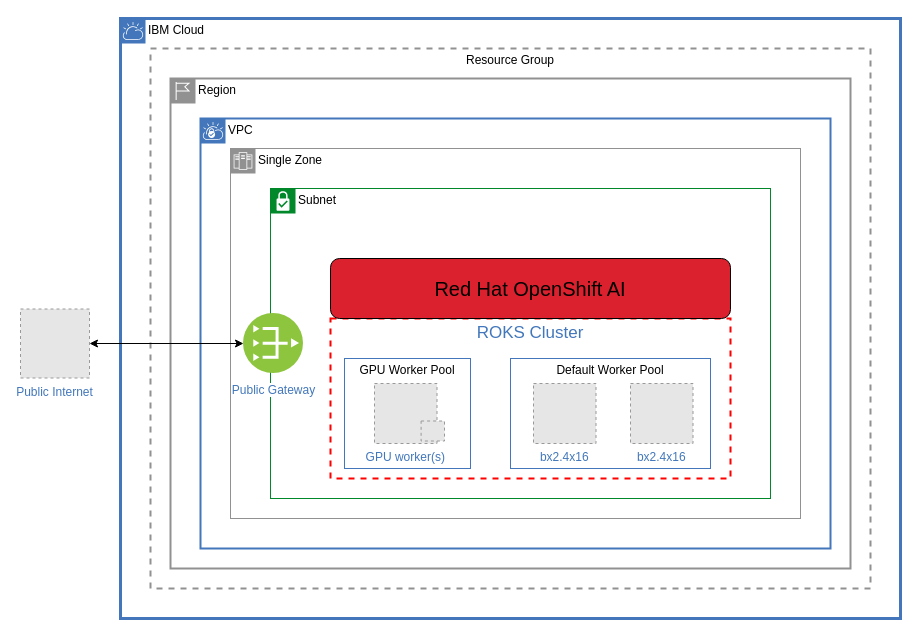
Before: docs/RHOAI.drawio in IBM/roks-openshift-ai-da, a draw.io diagram. Source tidied: cells renumbered, new cells numbered last; positions are measured from the earlier drawing's top-left corner, leaving out a move shared by most shapes. Both pictures are drawn from the tidied source at 100%, with x=0, y=0 at pixel (20, 18). Pictures stored in the file or linked from it are replaced by grey dashed boxes.
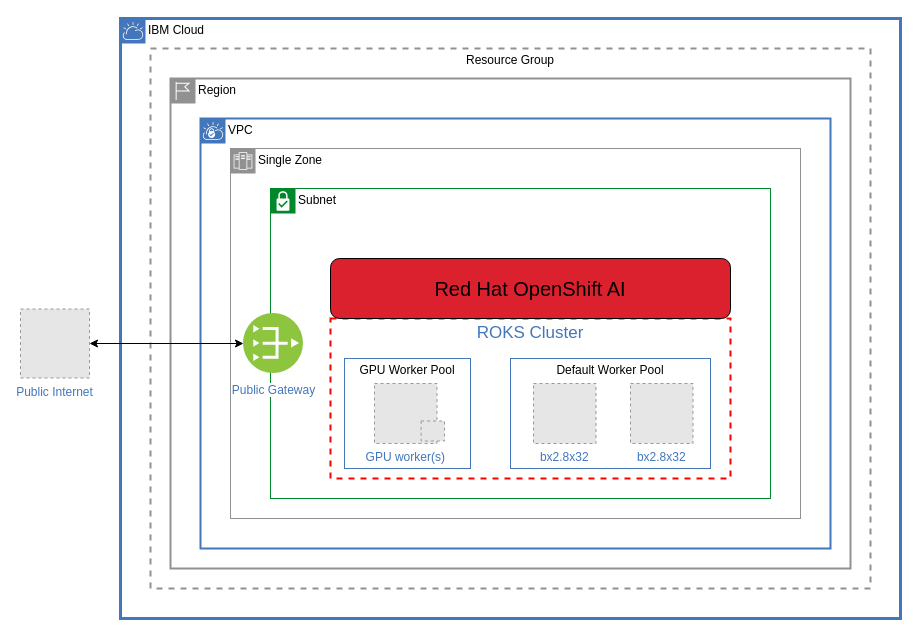
After the change.

Unchanged cells that the change refers to:
```xml
<mxCell id="14" value="Default Worker Pool" style="fontStyle=0;verticalAlign=top;align=center;spacingTop=-2;fillColor=none;rounded=0;whiteSpace=wrap;html=1;strokeColor=#4376BB;strokeWidth=1;dashed=0;" parent="8" vertex="1">
  <mxGeometry x="180" y="40" width="200" height="110" as="geometry" />
</mxCell>
```

The edit, as a diff of the source:
```diff
@@
-    <mxCell id="15" value="bx2.4x16" style="fillColor=#E6E6E6;strokeColor=#999999;dashed=1;verticalLabelPosition=bottom;verticalAlign=top;fontColor=#4277bb;" parent="14" vertex="1">
+    <mxCell id="15" value="bx2.8x32" style="fillColor=#E6E6E6;strokeColor=#999999;dashed=1;verticalLabelPosition=bottom;verticalAlign=top;fontColor=#4277bb;" parent="14" vertex="1">
       <mxGeometry x="23" y="25" width="62.5" height="60" as="geometry" />
     </mxCell>
-    <mxCell id="16" value="bx2.4x16&#10;" style="fillColor=#E6E6E6;strokeColor=#999999;dashed=1;verticalLabelPosition=bottom;verticalAlign=top;fontColor=#4277bb;" parent="14" vertex="1">
+    <mxCell id="16" value="bx2.8x32" style="fillColor=#E6E6E6;strokeColor=#999999;dashed=1;verticalLabelPosition=bottom;verticalAlign=top;fontColor=#4277bb;" parent="14" vertex="1">
       <mxGeometry x="120" y="25" width="62.5" height="60" as="geometry" />
     </mxCell>
```
